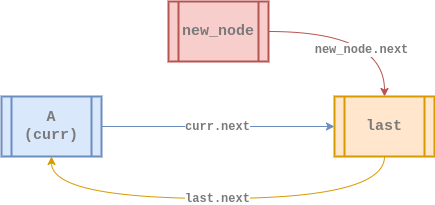
The draw.io diagram assets/data-structure/linked-list/cll-singly-insert_at3.png in euisblue/vue-blog, before a commit. Source tidied: cells renumbered, new cells last; positions are measured from the earlier drawing's top-left corner, leaving out a move shared by most shapes. Its diagram source:
```xml
<mxGraphModel>
  <root>
    <mxCell id="0" />
    <mxCell id="1" parent="0" />
    <mxCell id="2" value="&lt;b style=&quot;color: rgb(0 , 0 , 0) ; font-size: 11px ; font-style: normal ; letter-spacing: normal ; text-align: center ; text-indent: 0px ; text-transform: none ; word-spacing: 0px ; font-family: &amp;#34;courier new&amp;#34;&quot;&gt;&lt;font color=&quot;#7a7a7a&quot; style=&quot;font-size: 12px&quot;&gt;new_node.next&lt;/font&gt;&lt;/b&gt;" style="edgeStyle=orthogonalEdgeStyle;rounded=0;sketch=0;jettySize=auto;html=1;exitX=1;exitY=0.5;exitDx=0;exitDy=0;entryX=0.5;entryY=0;entryDx=0;entryDy=0;strokeColor=#b85450;strokeWidth=1;curved=1;fillColor=#f8cecc;" parent="1" edge="1" source="3" target="7">
      <mxGeometry x="0.03" y="-18" relative="1" as="geometry" />
    </mxCell>
    <mxCell id="3" value="&lt;b&gt;&lt;font style=&quot;font-size: 15px&quot; face=&quot;Courier New&quot; color=&quot;#7a7a7a&quot;&gt;new_node&lt;/font&gt;&lt;/b&gt;" style="shape=process;whiteSpace=wrap;html=1;backgroundOutline=1;fillColor=#f8cecc;strokeColor=#b85450;gradientDirection=east;strokeWidth=2;shadow=0;glass=0;sketch=0;fontStyle=0;" parent="1" vertex="1">
      <mxGeometry x="167" width="100" height="60" as="geometry" />
    </mxCell>
    <mxCell id="4" value="&lt;b style=&quot;font-size: 11px ; letter-spacing: normal ; text-align: center ; text-indent: 0px ; text-transform: none ; word-spacing: 0px ; font-family: &amp;#34;courier new&amp;#34;&quot;&gt;&lt;font style=&quot;font-size: 12px&quot; color=&quot;#7a7a7a&quot;&gt;curr.next&lt;/font&gt;&lt;/b&gt;" style="edgeStyle=orthogonalEdgeStyle;curved=1;rounded=0;sketch=0;jettySize=auto;html=1;exitX=1;exitY=0.5;exitDx=0;exitDy=0;entryX=0;entryY=0.5;entryDx=0;entryDy=0;strokeColor=#6c8ebf;strokeWidth=1;fillColor=#dae8fc;fontStyle=0;" parent="1" edge="1" source="5" target="7">
      <mxGeometry x="-0.01" relative="1" as="geometry" />
    </mxCell>
    <mxCell id="5" value="&lt;div&gt;&lt;font color=&quot;#7a7a7a&quot; face=&quot;courier new&quot; style=&quot;font-size: 15px&quot;&gt;A&lt;/font&gt;&lt;/div&gt;&lt;div&gt;&lt;font color=&quot;#7a7a7a&quot; face=&quot;courier new&quot; style=&quot;font-size: 15px&quot;&gt;(curr)&lt;/font&gt;&lt;/div&gt;" style="shape=process;whiteSpace=wrap;html=1;backgroundOutline=1;fillColor=#dae8fc;strokeColor=#6c8ebf;gradientDirection=east;strokeWidth=2;shadow=0;glass=0;align=center;sketch=0;fontStyle=1;" parent="1" vertex="1">
      <mxGeometry y="95" width="100" height="60" as="geometry" />
    </mxCell>
    <mxCell id="6" value="&lt;font color=&quot;#7a7a7a&quot; face=&quot;courier new&quot;&gt;&lt;span style=&quot;font-size: 12px&quot;&gt;&lt;b&gt;last.next&lt;/b&gt;&lt;/span&gt;&lt;/font&gt;" style="edgeStyle=orthogonalEdgeStyle;curved=1;rounded=0;sketch=0;jettySize=auto;html=1;exitX=0.5;exitY=1;exitDx=0;exitDy=0;entryX=0.5;entryY=1;entryDx=0;entryDy=0;strokeWidth=1;strokeColor=#d79b00;fillColor=#ffe6cc;fontStyle=0;" parent="1" edge="1" source="7" target="5">
      <mxGeometry relative="1" as="geometry">
        <Array as="points">
          <mxPoint x="383" y="197" />
          <mxPoint x="50" y="197" />
        </Array>
      </mxGeometry>
    </mxCell>
    <mxCell id="7" value="&lt;div&gt;&lt;font color=&quot;#7a7a7a&quot; face=&quot;courier new&quot;&gt;&lt;span style=&quot;font-size: 15px&quot;&gt;&lt;b&gt;last&lt;/b&gt;&lt;/span&gt;&lt;/font&gt;&lt;/div&gt;" style="shape=process;whiteSpace=wrap;html=1;backgroundOutline=1;fillColor=#ffe6cc;strokeColor=#d79b00;gradientDirection=east;strokeWidth=2;shadow=0;glass=0;align=center;sketch=0;fontStyle=0;" parent="1" vertex="1">
      <mxGeometry x="333" y="95" width="100" height="60" as="geometry" />
    </mxCell>
  </root>
</mxGraphModel>
```
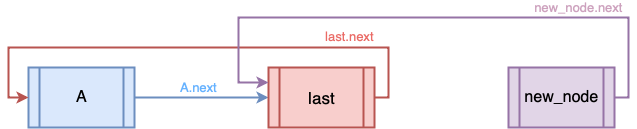
After the commit.

Diff of the diagram source:
```diff
@@ -2,28 +2,37 @@
   <root>
     <mxCell id="0" />
     <mxCell id="1" parent="0" />
-    <mxCell id="2" value="&lt;b style=&quot;color: rgb(0 , 0 , 0) ; font-size: 11px ; font-style: normal ; letter-spacing: normal ; text-align: center ; text-indent: 0px ; text-transform: none ; word-spacing: 0px ; font-family: &amp;#34;courier new&amp;#34;&quot;&gt;&lt;font color=&quot;#7a7a7a&quot; style=&quot;font-size: 12px&quot;&gt;new_node.next&lt;/font&gt;&lt;/b&gt;" style="edgeStyle=orthogonalEdgeStyle;rounded=0;sketch=0;jettySize=auto;html=1;exitX=1;exitY=0.5;exitDx=0;exitDy=0;entryX=0.5;entryY=0;entryDx=0;entryDy=0;strokeColor=#b85450;strokeWidth=1;curved=1;fillColor=#f8cecc;" parent="1" edge="1" source="3" target="7">
-      <mxGeometry x="0.03" y="-18" relative="1" as="geometry" />
+    <mxCell id="2" value="&lt;font color=&quot;#66b2ff&quot; size=&quot;2&quot;&gt;&lt;span&gt;A.next&lt;/span&gt;&lt;/font&gt;" style="edgeStyle=orthogonalEdgeStyle;rounded=0;jettySize=auto;html=1;exitX=1;exitY=0.5;exitDx=0;exitDy=0;entryX=0;entryY=0.5;entryDx=0;entryDy=0;fillColor=#dae8fc;strokeColor=#6c8ebf;strokeWidth=2;labelBackgroundColor=none;labelBorderColor=none;fontFamily=Helvetica;" parent="1" edge="1" source="3" target="5">
+      <mxGeometry x="-0.04" y="10" relative="1" as="geometry" />
     </mxCell>
-    <mxCell id="3" value="&lt;b&gt;&lt;font style=&quot;font-size: 15px&quot; face=&quot;Courier New&quot; color=&quot;#7a7a7a&quot;&gt;new_node&lt;/font&gt;&lt;/b&gt;" style="shape=process;whiteSpace=wrap;html=1;backgroundOutline=1;fillColor=#f8cecc;strokeColor=#b85450;gradientDirection=east;strokeWidth=2;shadow=0;glass=0;sketch=0;fontStyle=0;" parent="1" vertex="1">
-      <mxGeometry x="167" width="100" height="60" as="geometry" />
+    <mxCell id="3" value="&lt;font&gt;&lt;font size=&quot;3&quot;&gt;A&lt;/font&gt;&lt;br&gt;&lt;/font&gt;" style="shape=process;whiteSpace=wrap;html=1;backgroundOutline=1;strokeWidth=2;fillColor=#dae8fc;strokeColor=#6c8ebf;fontStyle=0;fontFamily=Helvetica;fontSize=14;labelBackgroundColor=none;labelBorderColor=none;" parent="1" vertex="1">
+      <mxGeometry x="14" y="219" width="106" height="60" as="geometry" />
     </mxCell>
-    <mxCell id="4" value="&lt;b style=&quot;font-size: 11px ; letter-spacing: normal ; text-align: center ; text-indent: 0px ; text-transform: none ; word-spacing: 0px ; font-family: &amp;#34;courier new&amp;#34;&quot;&gt;&lt;font style=&quot;font-size: 12px&quot; color=&quot;#7a7a7a&quot;&gt;curr.next&lt;/font&gt;&lt;/b&gt;" style="edgeStyle=orthogonalEdgeStyle;curved=1;rounded=0;sketch=0;jettySize=auto;html=1;exitX=1;exitY=0.5;exitDx=0;exitDy=0;entryX=0;entryY=0.5;entryDx=0;entryDy=0;strokeColor=#6c8ebf;strokeWidth=1;fillColor=#dae8fc;fontStyle=0;" parent="1" edge="1" source="5" target="7">
-      <mxGeometry x="-0.01" relative="1" as="geometry" />
+    <mxCell id="4" value="&lt;font color=&quot;#ea6b66&quot; style=&quot;font-size: 13px ; line-height: 95%&quot;&gt;last.next&lt;/font&gt;" style="edgeStyle=orthogonalEdgeStyle;rounded=0;jettySize=auto;html=1;exitX=1;exitY=0.5;exitDx=0;exitDy=0;entryX=0;entryY=0.5;entryDx=0;entryDy=0;fillColor=#f8cecc;strokeColor=#b85450;strokeWidth=2;labelBackgroundColor=none;labelBorderColor=none;fontFamily=Helvetica;align=center;" parent="1" edge="1" source="5" target="3">
+      <mxGeometry x="-0.6" y="-10" relative="1" as="geometry">
+        <Array as="points">
+          <mxPoint x="374" y="249" />
+          <mxPoint x="374" y="199" />
+          <mxPoint x="-6" y="199" />
+          <mxPoint x="-6" y="249" />
+        </Array>
+      </mxGeometry>
     </mxCell>
-    <mxCell id="5" value="&lt;div&gt;&lt;font color=&quot;#7a7a7a&quot; face=&quot;courier new&quot; style=&quot;font-size: 15px&quot;&gt;A&lt;/font&gt;&lt;/div&gt;&lt;div&gt;&lt;font color=&quot;#7a7a7a&quot; face=&quot;courier new&quot; style=&quot;font-size: 15px&quot;&gt;(curr)&lt;/font&gt;&lt;/div&gt;" style="shape=process;whiteSpace=wrap;html=1;backgroundOutline=1;fillColor=#dae8fc;strokeColor=#6c8ebf;gradientDirection=east;strokeWidth=2;shadow=0;glass=0;align=center;sketch=0;fontStyle=1;" parent="1" vertex="1">
-      <mxGeometry y="95" width="100" height="60" as="geometry" />
+    <mxCell id="5" value="&lt;font&gt;&lt;font style=&quot;font-size: 17px&quot;&gt;last&lt;/font&gt;&lt;br&gt;&lt;/font&gt;" style="shape=process;whiteSpace=wrap;html=1;backgroundOutline=1;strokeWidth=2;fillColor=#f8cecc;strokeColor=#b85450;fontStyle=0;fontFamily=Helvetica;fontSize=14;labelBackgroundColor=none;labelBorderColor=none;" parent="1" vertex="1">
+      <mxGeometry x="254" y="219" width="106" height="60" as="geometry" />
     </mxCell>
-    <mxCell id="6" value="&lt;font color=&quot;#7a7a7a&quot; face=&quot;courier new&quot;&gt;&lt;span style=&quot;font-size: 12px&quot;&gt;&lt;b&gt;last.next&lt;/b&gt;&lt;/span&gt;&lt;/font&gt;" style="edgeStyle=orthogonalEdgeStyle;curved=1;rounded=0;sketch=0;jettySize=auto;html=1;exitX=0.5;exitY=1;exitDx=0;exitDy=0;entryX=0.5;entryY=1;entryDx=0;entryDy=0;strokeWidth=1;strokeColor=#d79b00;fillColor=#ffe6cc;fontStyle=0;" parent="1" edge="1" source="7" target="5">
-      <mxGeometry relative="1" as="geometry">
+    <mxCell id="6" value="&lt;span style=&quot;color: rgb(205 , 162 , 190) ; font-family: &amp;#34;helvetica&amp;#34; ; font-size: 13px ; font-style: normal ; font-weight: normal ; letter-spacing: normal ; text-align: center ; text-indent: 0px ; text-transform: none ; word-spacing: 0px ; text-decoration: none ; display: inline ; float: none&quot;&gt;new_node.next&lt;/span&gt;" style="edgeStyle=orthogonalEdgeStyle;rounded=0;jettySize=auto;html=1;exitX=1;exitY=0.5;exitDx=0;exitDy=0;labelBackgroundColor=none;strokeWidth=2;fontFamily=Helvetica;fontColor=#666666;align=center;fillColor=#e1d5e7;strokeColor=#9673a6;entryX=0;entryY=0.25;entryDx=0;entryDy=0;" parent="1" edge="1" source="7" target="5">
+      <mxGeometry x="-0.5" y="-10" relative="1" as="geometry">
         <Array as="points">
-          <mxPoint x="383" y="197" />
-          <mxPoint x="50" y="197" />
+          <mxPoint x="614" y="249" />
+          <mxPoint x="614" y="169" />
+          <mxPoint x="224" y="169" />
+          <mxPoint x="224" y="234" />
         </Array>
       </mxGeometry>
     </mxCell>
-    <mxCell id="7" value="&lt;div&gt;&lt;font color=&quot;#7a7a7a&quot; face=&quot;courier new&quot;&gt;&lt;span style=&quot;font-size: 15px&quot;&gt;&lt;b&gt;last&lt;/b&gt;&lt;/span&gt;&lt;/font&gt;&lt;/div&gt;" style="shape=process;whiteSpace=wrap;html=1;backgroundOutline=1;fillColor=#ffe6cc;strokeColor=#d79b00;gradientDirection=east;strokeWidth=2;shadow=0;glass=0;align=center;sketch=0;fontStyle=0;" parent="1" vertex="1">
-      <mxGeometry x="333" y="95" width="100" height="60" as="geometry" />
+    <mxCell id="7" value="&lt;font&gt;&lt;font style=&quot;font-size: 16px&quot;&gt;new_node&lt;/font&gt;&lt;br&gt;&lt;/font&gt;" style="shape=process;whiteSpace=wrap;html=1;backgroundOutline=1;strokeWidth=2;fillColor=#e1d5e7;strokeColor=#9673a6;fontStyle=0;fontFamily=Helvetica;fontSize=14;labelBackgroundColor=none;labelBorderColor=none;" parent="1" vertex="1">
+      <mxGeometry x="494" y="219" width="106" height="60" as="geometry" />
     </mxCell>
   </root>
 </mxGraphModel>
```
